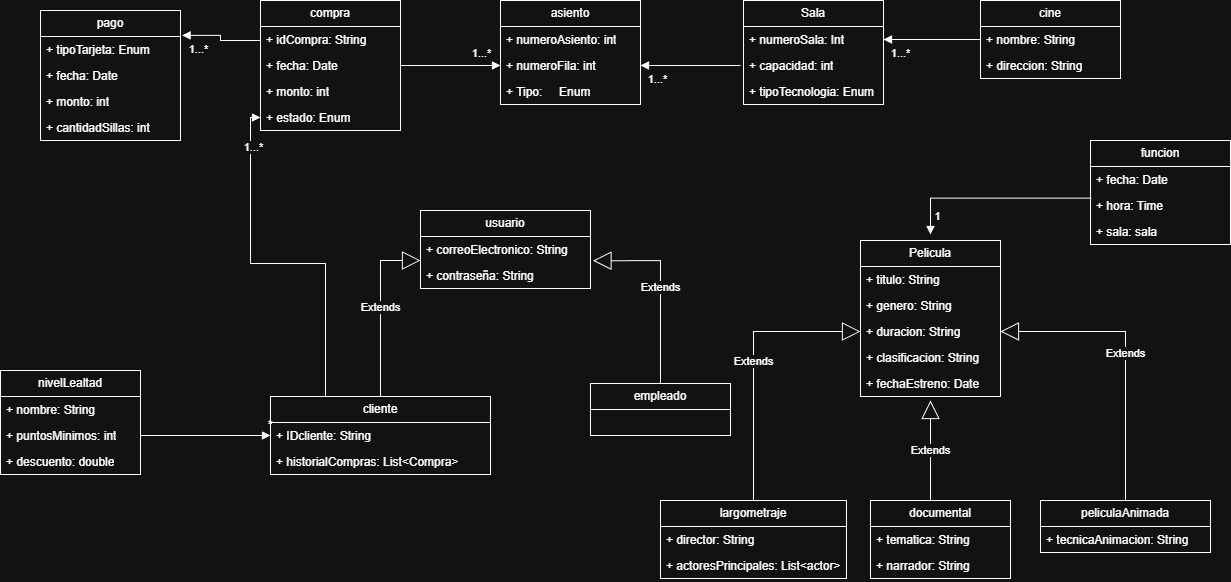
The draw.io diagram Docs.dpoo/UML_cine.drawio.png in LeafyA1/Talleres-DPOO, before a commit. Source tidied: cells renumbered, new cells last; positions are measured from the earlier drawing's top-left corner, leaving out a move shared by most shapes.
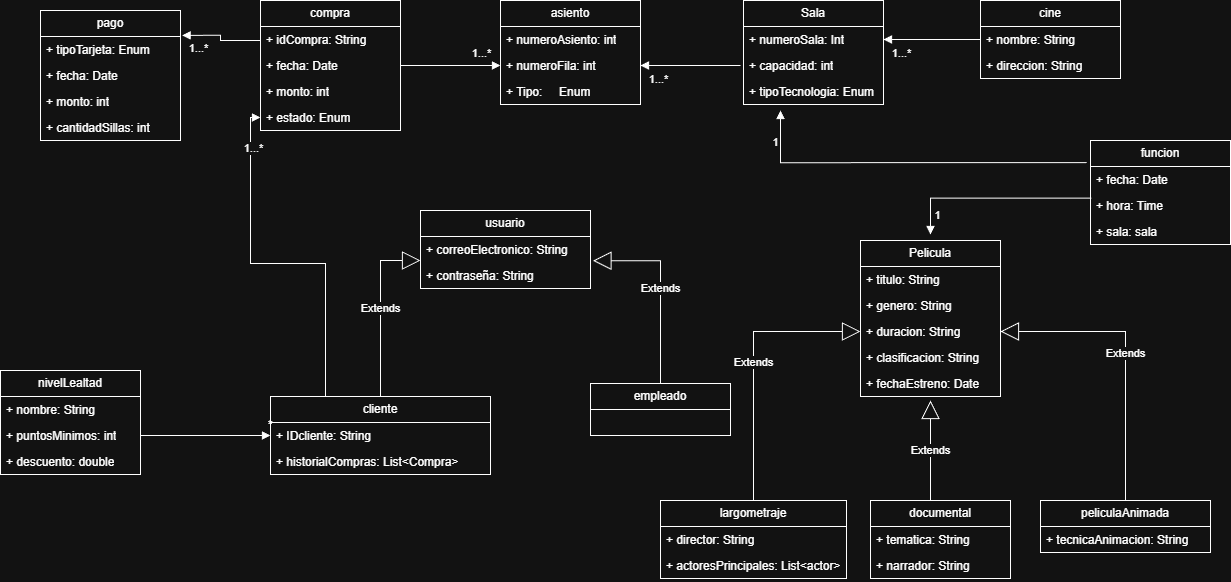
After the change.

What changed in the source:
```diff
@@ -230,5 +230,15 @@
     <mxCell id="70" value="*" style="text;html=1;whiteSpace=wrap;strokeColor=none;fillColor=none;align=center;verticalAlign=middle;rounded=0;" parent="1" vertex="1">
       <mxGeometry x="240" y="410" width="60" height="30" as="geometry" />
     </mxCell>
+    <mxCell id="71" style="endArrow=block;endFill=1;html=1;edgeStyle=orthogonalEdgeStyle;align=left;verticalAlign=top;rounded=0;exitX=-0.028;exitY=-0.148;exitDx=0;exitDy=0;exitPerimeter=0;" parent="1" edge="1" source="31">
+      <mxGeometry x="-1" relative="1" as="geometry">
+        <mxPoint x="780" y="110" as="targetPoint" />
+      </mxGeometry>
+    </mxCell>
+    <mxCell id="72" value="1" style="edgeLabel;html=1;align=center;verticalAlign=middle;" parent="71" vertex="1">
+      <mxGeometry x="0.82" y="6" relative="1" as="geometry">
+        <mxPoint y="-1" as="offset" />
+      </mxGeometry>
+    </mxCell>
   </root>
 </mxGraphModel>
```
